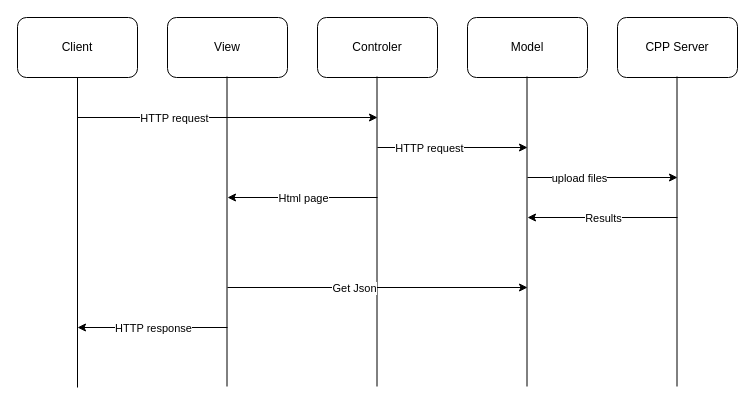
Before: UML.drawio in DanielKnafel/Advanced-Programming-2-Anomaly-Inspection-Web-App, a draw.io diagram. Source tidied: cells renumbered, new cells numbered last; positions are measured from the earlier drawing's top-left corner, leaving out a move shared by most shapes. Both pictures are drawn from the tidied source at 100%, with x=0, y=0 at pixel (17, 17).
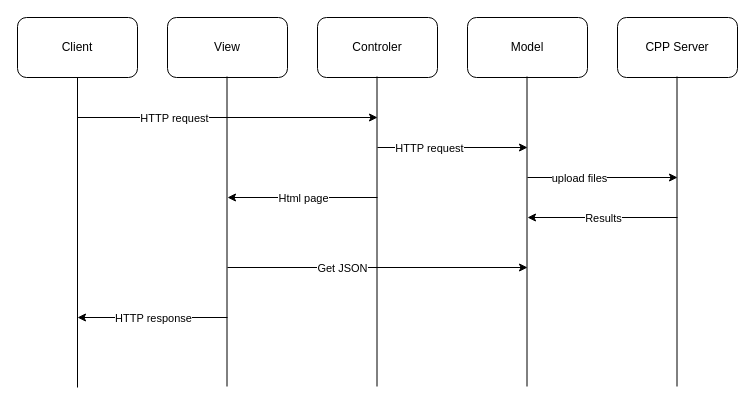
The same page after the edit.

Diff of the diagram source:
```diff
@@
     <mxCell id="22" style="endArrow=classic;html=1;" parent="1" edge="1">
       <mxGeometry relative="1" as="geometry">
-        <mxPoint x="210" y="310" as="sourcePoint" />
-        <mxPoint x="60" y="310" as="targetPoint" />
+        <mxPoint x="210" y="300" as="sourcePoint" />
+        <mxPoint x="60" y="300" as="targetPoint" />
       </mxGeometry>
     </mxCell>
@@
     <mxCell id="24" style="endArrow=classic;html=1;" parent="1" edge="1">
       <mxGeometry relative="1" as="geometry">
-        <mxPoint x="210" y="270" as="sourcePoint" />
-        <mxPoint x="510" y="270" as="targetPoint" />
+        <mxPoint x="210" y="250" as="sourcePoint" />
+        <mxPoint x="510" y="250" as="targetPoint" />
       </mxGeometry>
     </mxCell>
-    <mxCell id="25" value="Get Json" style="edgeLabel;html=1;align=center;verticalAlign=middle;" parent="24" vertex="1">
+    <mxCell id="25" value="Get JSON" style="edgeLabel;html=1;align=center;verticalAlign=middle;" parent="24" vertex="1">
       <mxGeometry relative="1" as="geometry">
-        <mxPoint x="-24" as="offset" />
+        <mxPoint x="-36" as="offset" />
       </mxGeometry>
     </mxCell>
```
